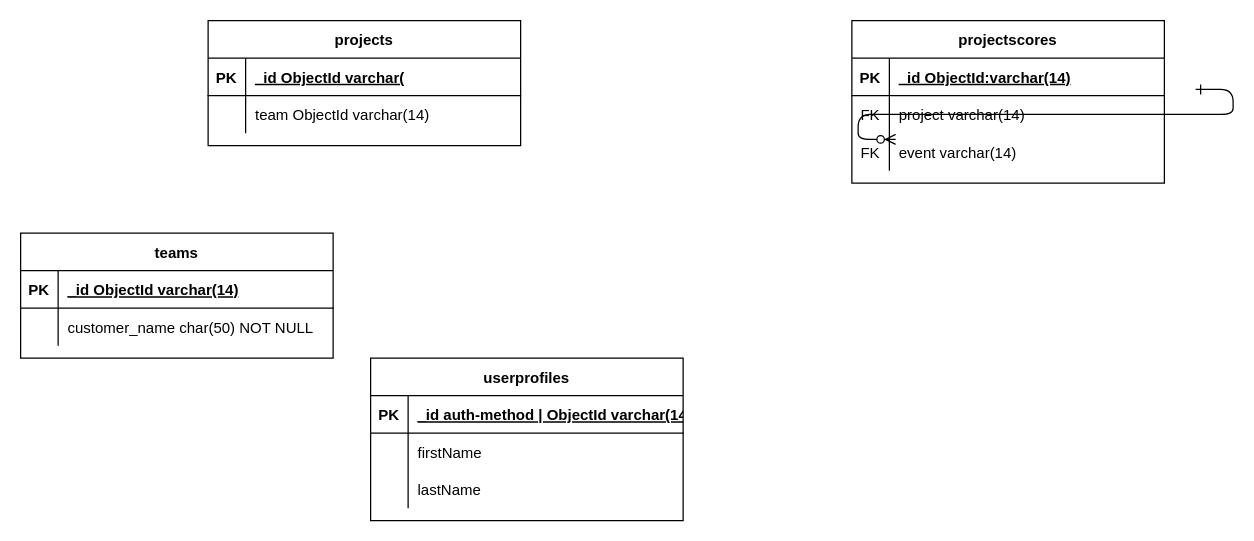
The draw.io diagram erd_mongodb.drawio in hackjunction/JunctionApp, before the edit. Source tidied: cells renumbered, new cells numbered last; positions are measured from the earlier drawing's top-left corner, leaving out a move shared by most shapes. Both pictures are drawn from the tidied source at 125%, with x=0, y=0 at pixel (20, 20).
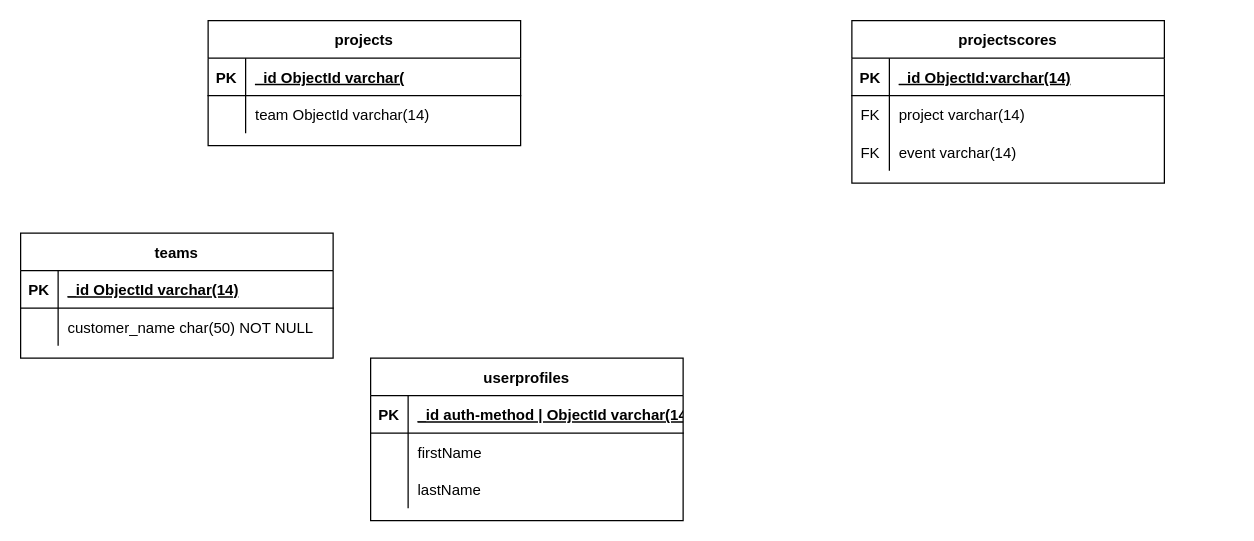
Above is the later version.

The edit, as a diff of the source:
```diff
@@
-    <mxCell id="2" style="edgeStyle=entityRelationEdgeStyle;endArrow=ERzeroToMany;startArrow=ERone;endFill=1;startFill=0;" parent="1" edge="1">
-      <mxGeometry relative="1" as="geometry">
-        <mxPoint x="940" y="55" as="sourcePoint" />
-        <mxPoint x="700" y="95" as="targetPoint" />
-      </mxGeometry>
-    </mxCell>
```
